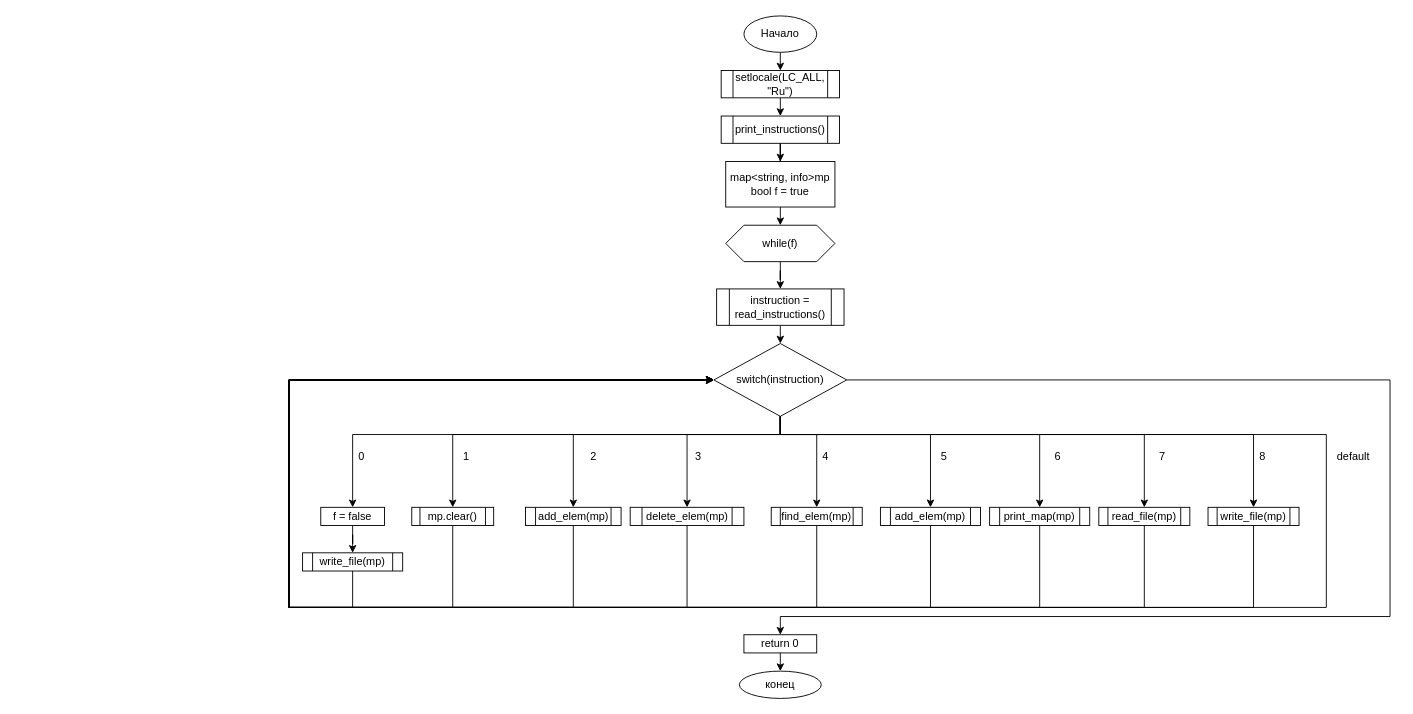
Above: Algo_dann_2_curs/Kursovaya/Kursovaya_main.drawio in Idontlikeni/Uni_docs (draw.io), before the change. Source tidied: cells renumbered, new cells numbered last; positions are measured from the earlier drawing's top-left corner, leaving out a move shared by most shapes. Both pictures are drawn from the tidied source at 91%, with x=0, y=0 at pixel (288, 15).
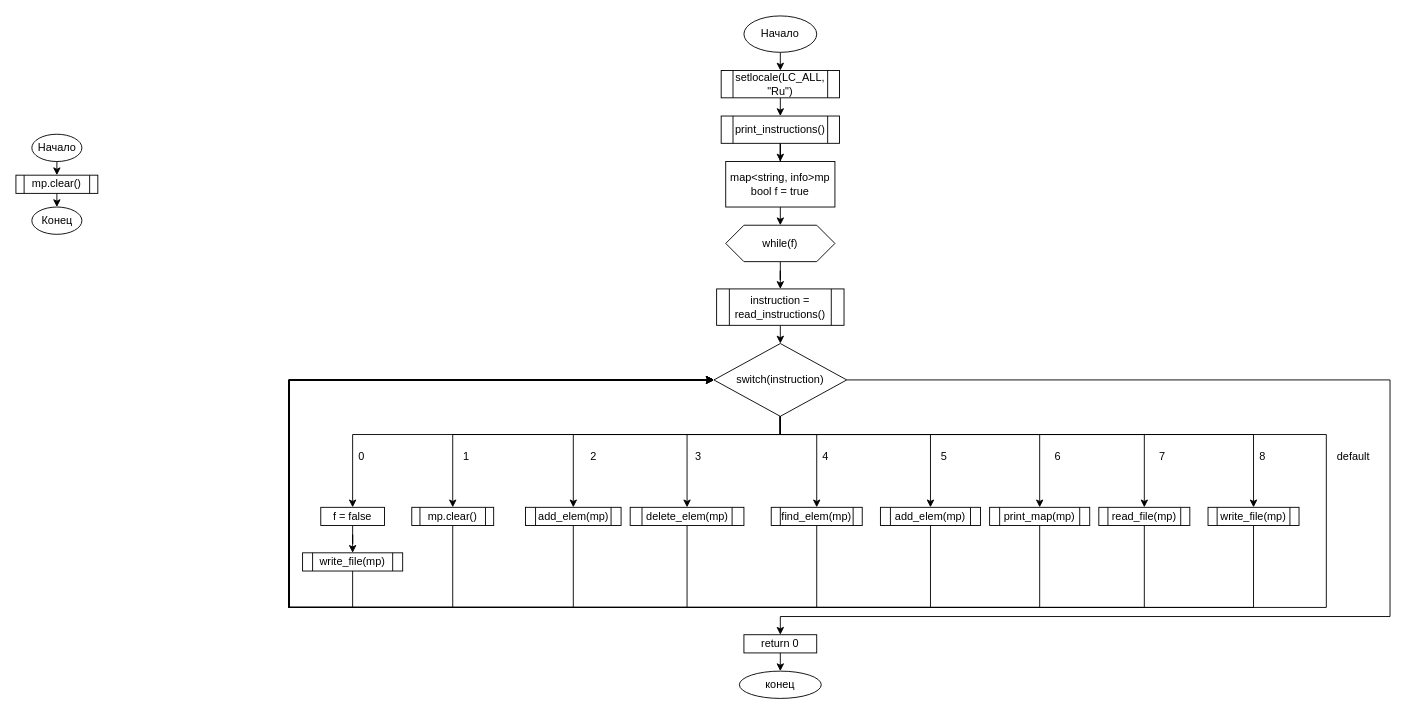
The same diagram, later.

The edit, as a diff of the source:
```diff
@@
+    <mxCell id="59" style="edgeStyle=orthogonalEdgeStyle;rounded=0;jettySize=auto;html=1;exitX=0.5;exitY=1;exitDx=0;exitDy=0;entryX=0.5;entryY=0;entryDx=0;entryDy=0;" parent="1" edge="1" source="60" target="63">
+      <mxGeometry relative="1" as="geometry" />
+    </mxCell>
+    <mxCell id="60" value="mp.clear()" style="shape=process;whiteSpace=wrap;html=1;backgroundOutline=1;" parent="1" vertex="1">
+      <mxGeometry x="-300" y="175" width="90" height="20" as="geometry" />
+    </mxCell>
+    <mxCell id="61" style="edgeStyle=orthogonalEdgeStyle;rounded=0;jettySize=auto;html=1;exitX=0.5;exitY=1;exitDx=0;exitDy=0;entryX=0.5;entryY=0;entryDx=0;entryDy=0;" parent="1" edge="1" source="62" target="60">
+      <mxGeometry relative="1" as="geometry" />
+    </mxCell>
+    <mxCell id="62" value="Начало" style="ellipse;whiteSpace=wrap;html=1;" parent="1" vertex="1">
+      <mxGeometry x="-282.5" y="130" width="55" height="30" as="geometry" />
+    </mxCell>
+    <mxCell id="63" value="Конец" style="ellipse;whiteSpace=wrap;html=1;" parent="1" vertex="1">
+      <mxGeometry x="-282.5" y="210" width="55" height="30" as="geometry" />
+    </mxCell>
```
